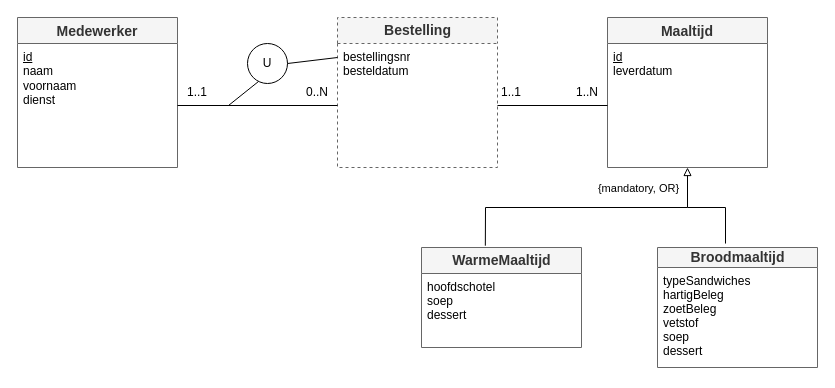
Before: ERD/ERD.drawio in Web-IV/2324-frontendweb-BrechtVandekerckhove, a draw.io diagram. Source tidied: cells renumbered, new cells numbered last; positions are measured from the earlier drawing's top-left corner, leaving out a move shared by most shapes. Both pictures are drawn from the tidied source at 100%, with x=0, y=0 at pixel (17, 17).
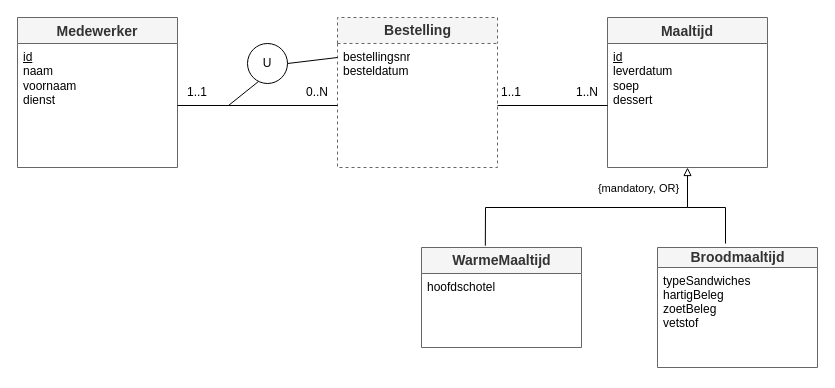
Above is the later version.

Commit message (it also covers changes not shown here):
Aanpassing ERD

The change refers to these unchanged cells:
```xml
<mxCell id="9" value="Maaltijd" style="swimlane;fontStyle=1;horizontal=1;startSize=26;align=center;fontSize=14;strokeColor=#666666;fillColor=#f5f5f5;fontColor=#333333;" parent="1" vertex="1">
  <mxGeometry x="590" width="160" height="150" as="geometry" />
</mxCell>
<mxCell id="11" value="WarmeMaaltijd" style="swimlane;fontStyle=1;horizontal=1;startSize=26;align=center;fontSize=14;strokeColor=#666666;fillColor=#f5f5f5;fontColor=#333333;html=1;" parent="1" vertex="1">
  <mxGeometry x="404" y="230" width="160" height="100" as="geometry" />
</mxCell>
<mxCell id="13" value="Broodmaaltijd" style="swimlane;fontStyle=1;horizontal=1;startSize=20;align=center;fontSize=14;strokeColor=#666666;fillColor=#f5f5f5;fontColor=#333333;html=1;" parent="1" vertex="1">
  <mxGeometry x="640" y="230" width="160" height="120" as="geometry" />
</mxCell>
```

Diff of the diagram source:
```diff
@@
-    <mxCell id="10" value="&lt;u&gt;id&lt;/u&gt;&lt;br&gt;leverdatum" style="text;strokeColor=none;fillColor=none;spacingLeft=4;spacingRight=4;overflow=hidden;points=[[0,0.5],[1,0.5]];portConstraint=eastwest;fontSize=12;html=1;" parent="9" vertex="1">
+    <mxCell id="10" value="&lt;u&gt;id&lt;/u&gt;&lt;br&gt;leverdatum&lt;br&gt;soep&lt;br&gt;dessert" style="text;strokeColor=none;fillColor=none;spacingLeft=4;spacingRight=4;overflow=hidden;points=[[0,0.5],[1,0.5]];portConstraint=eastwest;fontSize=12;html=1;" parent="9" vertex="1">
       <mxGeometry y="26" width="160" height="124" as="geometry" />
     </mxCell>
@@
-    <mxCell id="12" value="hoofdschotel&#10;soep&#10;dessert&#10;" style="text;strokeColor=none;fillColor=none;spacingLeft=4;spacingRight=4;overflow=hidden;fontSize=12;" parent="11" vertex="1">
+    <mxCell id="12" value="hoofdschotel&#10;&#10;" style="text;strokeColor=none;fillColor=none;spacingLeft=4;spacingRight=4;overflow=hidden;fontSize=12;" parent="11" vertex="1">
       <mxGeometry y="26" width="160" height="74" as="geometry" />
     </mxCell>
@@
-    <mxCell id="14" value="typeSandwiches&#10;hartigBeleg&#10;zoetBeleg&#10;vetstof&#10;soep&#10;dessert" style="text;strokeColor=none;fillColor=none;spacingLeft=4;spacingRight=4;overflow=hidden;fontSize=12;" parent="13" vertex="1">
+    <mxCell id="14" value="typeSandwiches&#10;hartigBeleg&#10;zoetBeleg&#10;vetstof" style="text;strokeColor=none;fillColor=none;spacingLeft=4;spacingRight=4;overflow=hidden;fontSize=12;" parent="13" vertex="1">
       <mxGeometry y="20" width="160" height="100" as="geometry" />
     </mxCell>
```
